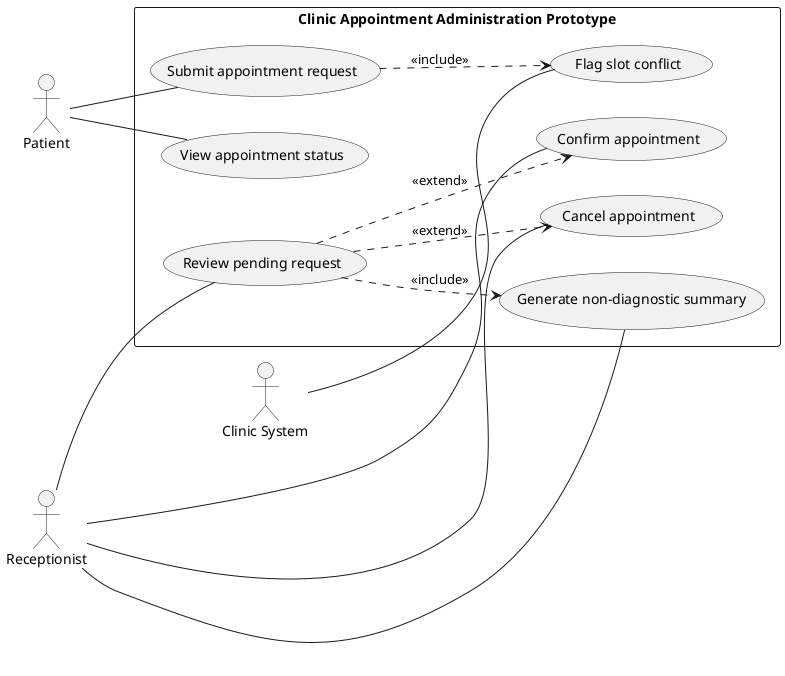
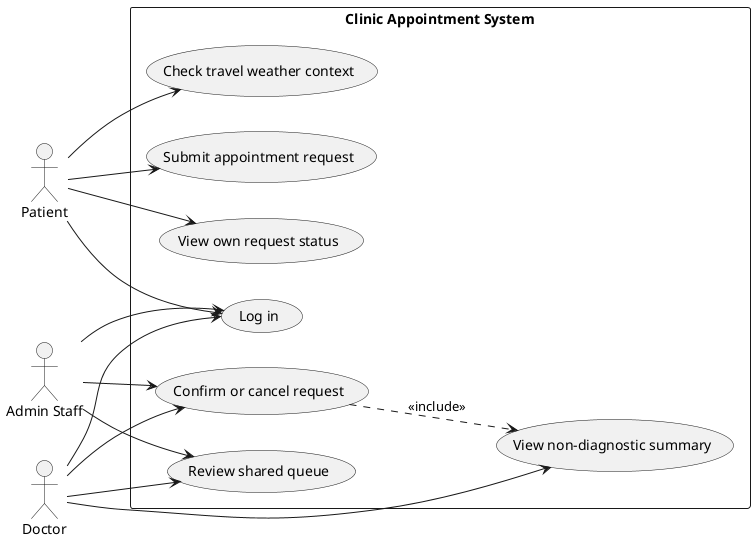
@startuml
left to right direction
actor Patient
- actor Receptionist
- actor "Clinic System" as System
- 
- rectangle "Clinic Appointment Administration Prototype" {
-   usecase "Submit appointment request" as UC_Submit
-   usecase "View appointment status" as UC_Status
-   usecase "Review pending request" as UC_Review
-   usecase "Confirm appointment" as UC_Confirm
-   usecase "Cancel appointment" as UC_Cancel
-   usecase "Flag slot conflict" as UC_Conflict
-   usecase "Generate non-diagnostic summary" as UC_Summary
+ actor Doctor
+ actor "Admin Staff" as Admin
+ rectangle "Clinic Appointment System" {
+   usecase "Log in" as UC1
+   usecase "Submit appointment request" as UC2
+   usecase "View own request status" as UC3
+   usecase "Review shared queue" as UC4
+   usecase "Confirm or cancel request" as UC5
+   usecase "View non-diagnostic summary" as UC6
+   usecase "Check travel weather context" as UC7
}
- 
- Patient -- UC_Submit
- Patient -- UC_Status
- Receptionist -- UC_Review
- Receptionist -- UC_Confirm
- Receptionist -- UC_Cancel
- Receptionist -- UC_Summary
- System -- UC_Conflict
- 
- UC_Submit ..> UC_Conflict : <<include>>
- UC_Review ..> UC_Summary : <<include>>
- UC_Review ..> UC_Confirm : <<extend>>
- UC_Review ..> UC_Cancel : <<extend>>
+ Patient --> UC1
+ Patient --> UC2
+ Patient --> UC3
+ Patient --> UC7
+ Doctor --> UC1
+ Doctor --> UC4
+ Doctor --> UC5
+ Doctor --> UC6
+ Admin --> UC1
+ Admin --> UC4
+ Admin --> UC5
+ UC5 ..> UC6 : <<include>>
@enduml
